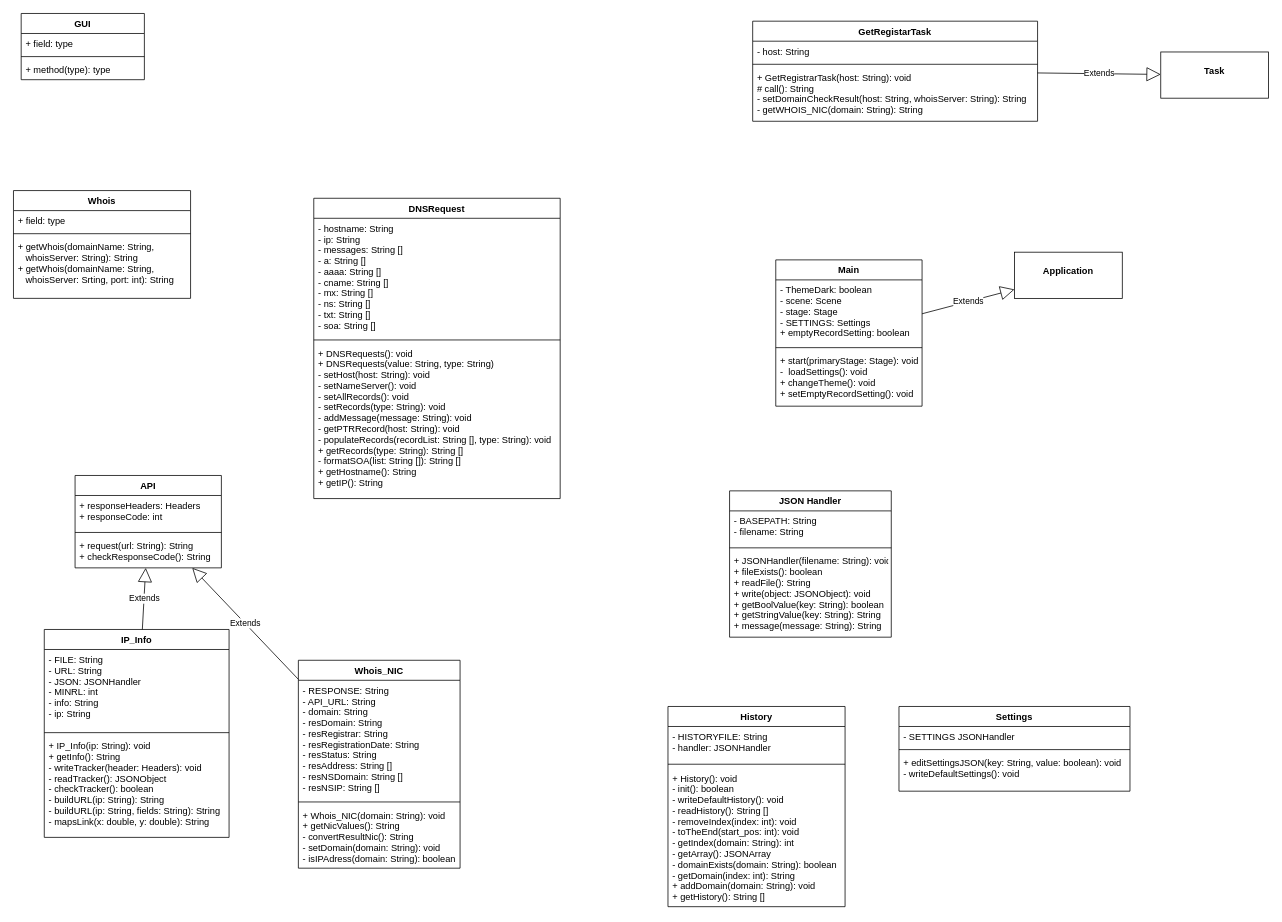
The draw.io diagram resources/Diagrams/DNS_Resolver.drawio in Luatan/DNSResolver, before the edit. Source tidied: cells renumbered, new cells numbered last; positions are measured from the earlier drawing's top-left corner, leaving out a move shared by most shapes. Both pictures are drawn from the tidied source at 77%, with x=0, y=0 at pixel (13, 13).
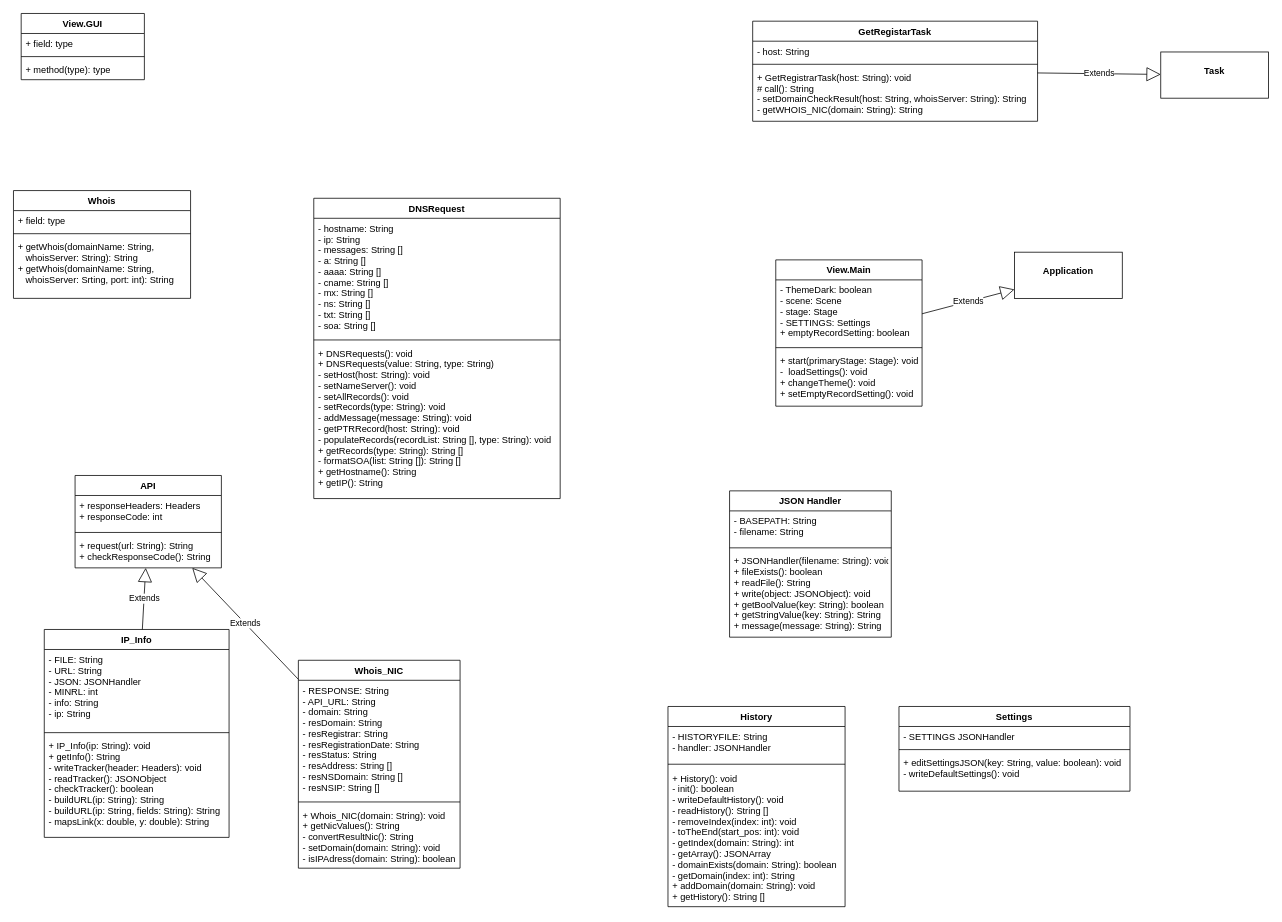
The same page after the edit.

Commit message (it also covers changes not shown here):
moved files to view Package

Diff of the diagram source:
```diff
@@
-    <mxCell id="18" value="GUI" style="swimlane;fontStyle=1;align=center;verticalAlign=top;horizontal=1;startSize=26;" parent="1" vertex="1">
+    <mxCell id="18" value="View.GUI" style="swimlane;fontStyle=1;align=center;verticalAlign=top;horizontal=1;startSize=26;" parent="1" vertex="1">
       <mxGeometry x="10" width="160" height="86" as="geometry" />
     </mxCell>
@@
-    <mxCell id="36" value="Main" style="swimlane;fontStyle=1;align=center;verticalAlign=top;horizontal=1;startSize=26;" parent="1" vertex="1">
+    <mxCell id="36" value="View.Main" style="swimlane;fontStyle=1;align=center;verticalAlign=top;horizontal=1;startSize=26;" parent="1" vertex="1">
       <mxGeometry x="990" y="320" width="190" height="190" as="geometry" />
     </mxCell>
```
